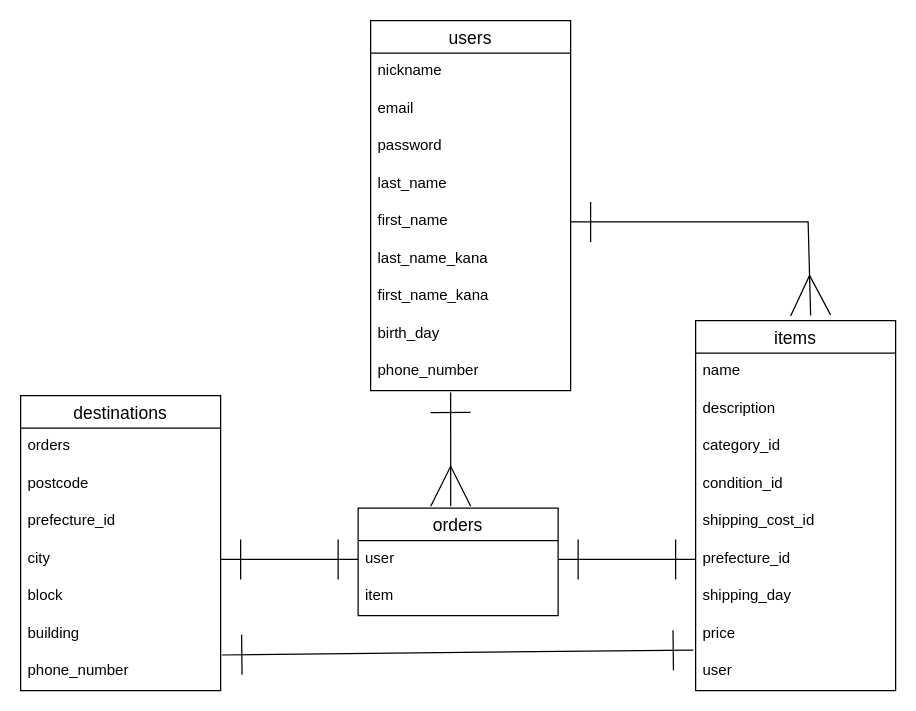
masarusiro/furima-38918 keeps this draw.io diagram as ER.dio. Above is the earlier version. Source tidied: cells renumbered, new cells numbered last; positions are measured from the earlier drawing's top-left corner, leaving out a move shared by most shapes. Both pictures are drawn from the tidied source at 125%, with x=0, y=0 at pixel (20, 20).
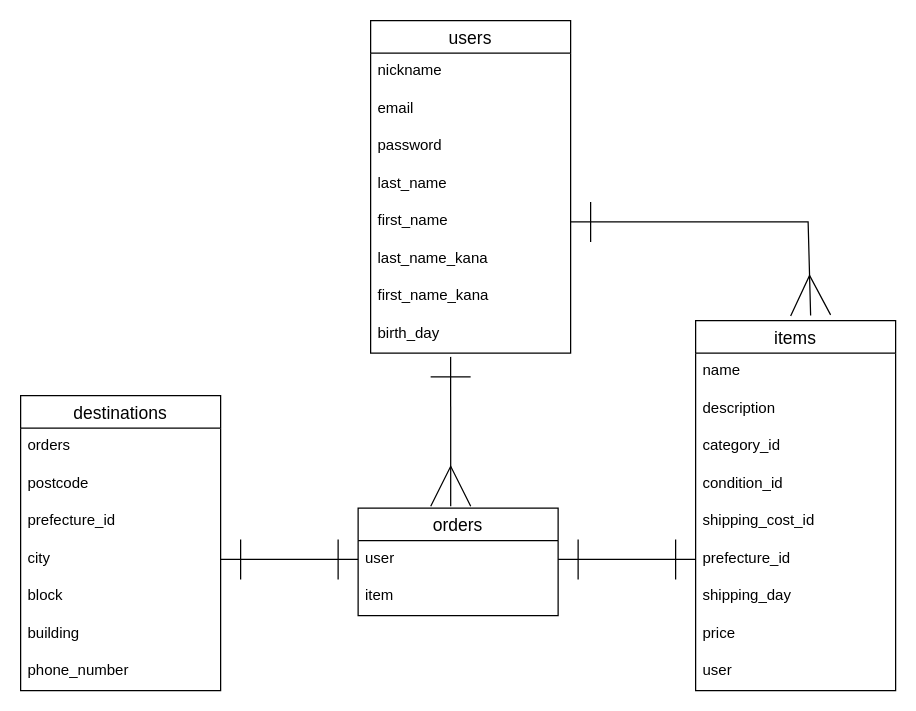
The same page after the edit.

Unchanged cells that the change refers to:
```xml
<mxCell id="10" value="birth_day" style="text;strokeColor=none;fillColor=none;spacingLeft=4;spacingRight=4;overflow=hidden;points=[[0,0.5],[1,0.5]];portConstraint=eastwest;fontSize=12;" parent="2" vertex="1">
  <mxGeometry y="236" width="160" height="30" as="geometry" />
</mxCell>
<mxCell id="18" value="building" style="text;strokeColor=none;fillColor=none;spacingLeft=4;spacingRight=4;overflow=hidden;points=[[0,0.5],[1,0.5]];portConstraint=eastwest;fontSize=12;" parent="12" vertex="1">
  <mxGeometry y="176" width="160" height="30" as="geometry" />
</mxCell>
<mxCell id="28" value="price" style="text;strokeColor=none;fillColor=none;spacingLeft=4;spacingRight=4;overflow=hidden;points=[[0,0.5],[1,0.5]];portConstraint=eastwest;fontSize=12;" parent="20" vertex="1">
  <mxGeometry y="236" width="160" height="30" as="geometry" />
</mxCell>
<mxCell id="30" value="orders" style="swimlane;fontStyle=0;horizontal=1;startSize=26;align=center;fontSize=14;" parent="1" vertex="1">
  <mxGeometry x="270" y="390" width="160" height="86" as="geometry" />
</mxCell>
```

The edit, as a diff of the source:
```diff
@@
     <mxCell id="2" value="users" style="swimlane;fontStyle=0;horizontal=1;startSize=26;align=center;fontSize=14;" parent="1" vertex="1">
-      <mxGeometry x="280" width="160" height="296" as="geometry" />
+      <mxGeometry x="280" width="160" height="266" as="geometry" />
     </mxCell>
@@
-    <mxCell id="11" value="phone_number" style="text;strokeColor=none;fillColor=none;spacingLeft=4;spacingRight=4;overflow=hidden;points=[[0,0.5],[1,0.5]];portConstraint=eastwest;fontSize=12;" parent="2" vertex="1">
-      <mxGeometry y="266" width="160" height="30" as="geometry" />
-    </mxCell>
@@
-    <mxCell id="34" style="endArrow=ERmany;html=1;rounded=0;startSize=30;endSize=30;jumpSize=8;startArrow=ERone;startFill=0;endFill=0;exitX=0.4;exitY=1.05;exitDx=0;exitDy=0;exitPerimeter=0;entryX=0.463;entryY=-0.017;entryDx=0;entryDy=0;entryPerimeter=0;" parent="1" edge="1" source="11" target="30">
+    <mxCell id="34" style="endArrow=ERmany;html=1;rounded=0;startSize=30;endSize=30;jumpSize=8;startArrow=ERone;startFill=0;endFill=0;exitX=0.4;exitY=1.1;exitDx=0;exitDy=0;exitPerimeter=0;entryX=0.463;entryY=-0.017;entryDx=0;entryDy=0;entryPerimeter=0;" parent="1" edge="1" source="10" target="30">
       <mxGeometry relative="1" as="geometry" />
     </mxCell>
@@
-    <mxCell id="37" style="endArrow=ERone;html=1;rounded=0;startSize=30;endSize=30;jumpSize=8;entryX=-0.012;entryY=0.917;entryDx=0;entryDy=0;entryPerimeter=0;startArrow=ERone;startFill=0;endFill=0;exitX=1.006;exitY=1.05;exitDx=0;exitDy=0;exitPerimeter=0;" parent="1" edge="1" source="18" target="28">
-      <mxGeometry relative="1" as="geometry" />
-    </mxCell>
```
